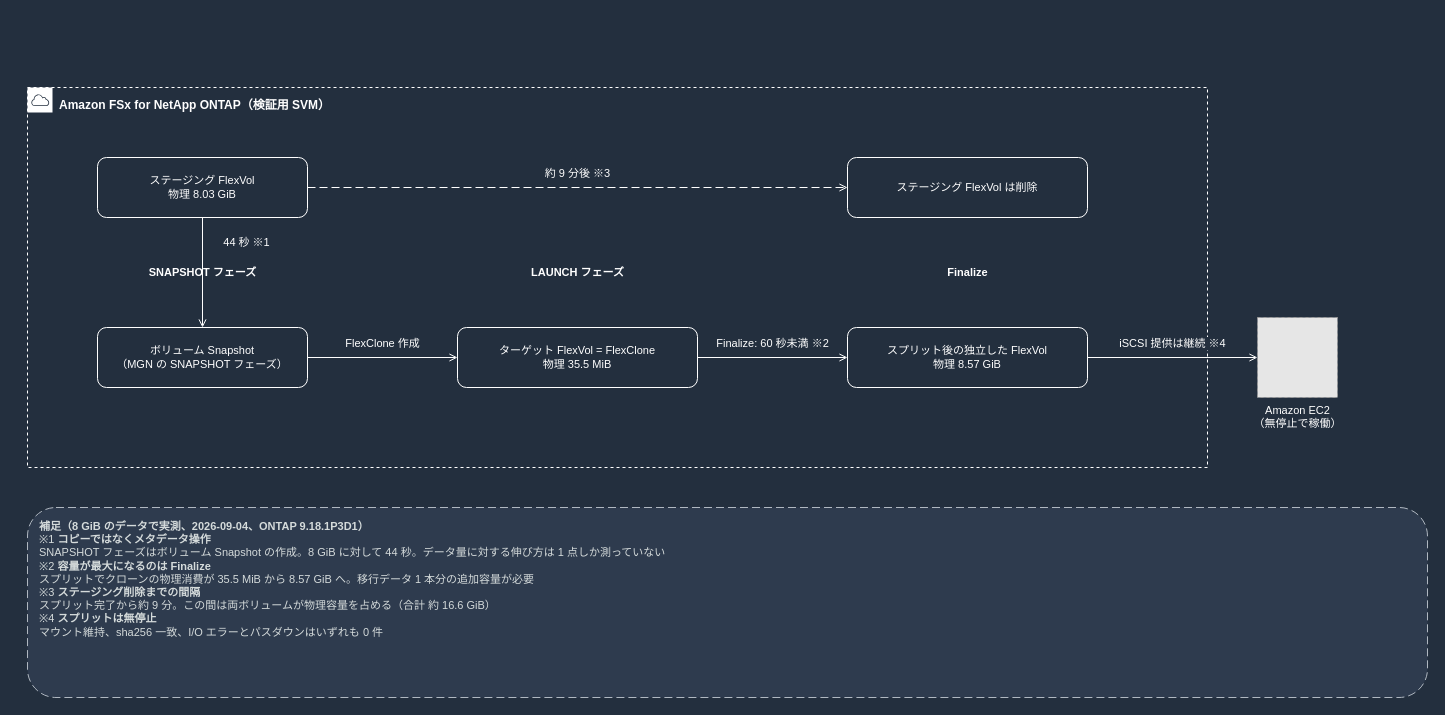
This is docs/_assets/diagrams/atx-fsxn-finalize-flexclone-dark.drawio from Yoshiki0705/vmware-migration-ec2-ontap, a draw.io file, before an edit. Source tidied: cells renumbered, new cells numbered last; positions are measured from the earlier drawing's top-left corner, leaving out a move shared by most shapes. Both pictures are drawn from the tidied source at 100%, with x=0, y=0 at pixel (27, 87). Pictures stored in the file or linked from it are replaced by grey dashed boxes.
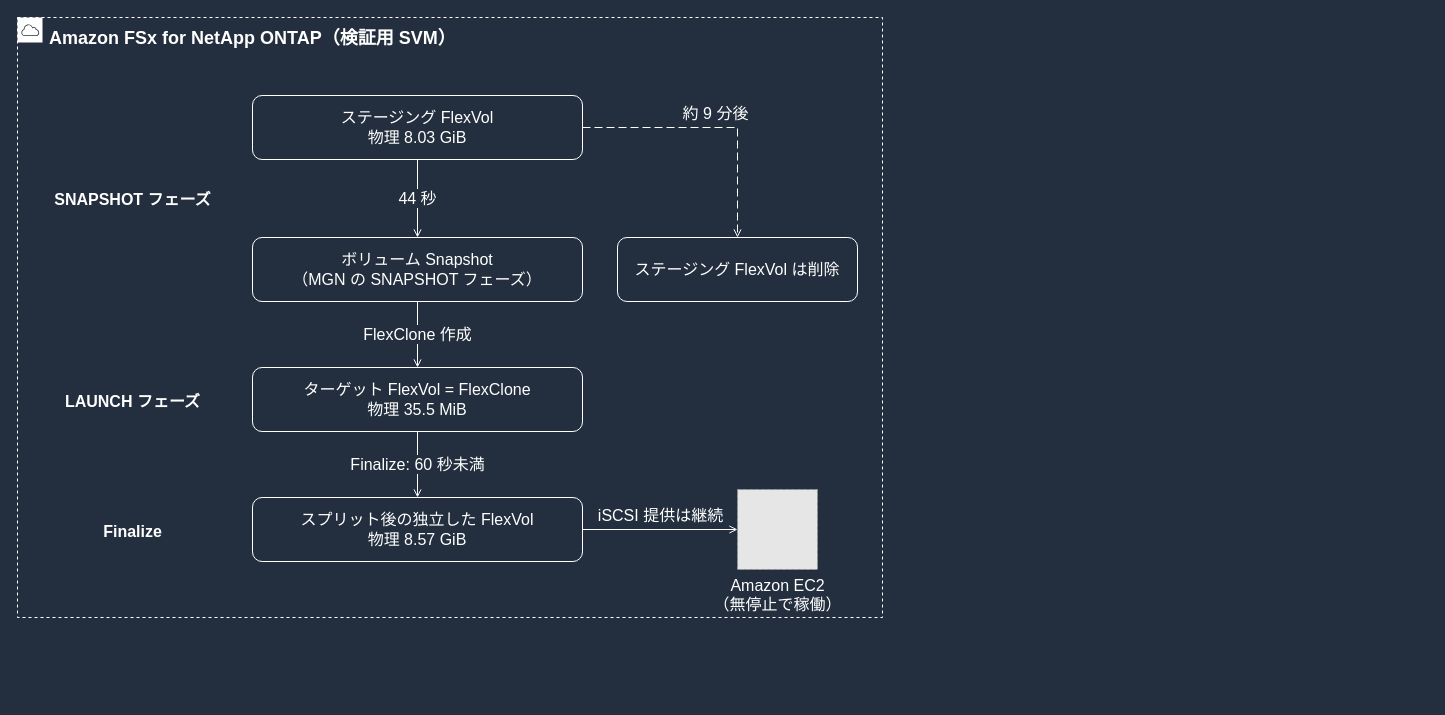
The same page after the edit.

Diff of the diagram source:
```diff
@@
-    <mxCell id="2" value="Amazon FSx for NetApp ONTAP（検証用 SVM）" style="gradientColor=none;html=1;whiteSpace=wrap;fontSize=12;fontStyle=1;fontColor=#FFFFFF;shape=mxgraph.aws4.group;grIcon=mxgraph.aws4.group_aws_cloud;strokeColor=#FFFFFF;fillColor=none;verticalAlign=top;align=left;spacingLeft=30;spacingTop=4;dashed=1;" parent="1" vertex="1">
-      <mxGeometry width="1180" height="380" as="geometry" />
+    <mxCell id="2" value="Amazon FSx for NetApp ONTAP（検証用 SVM）" style="gradientColor=none;html=1;whiteSpace=wrap;fontSize=18;fontStyle=1;fontColor=#FFFFFF;shape=mxgraph.aws4.group;grIcon=mxgraph.aws4.group_aws_cloud;strokeColor=#FFFFFF;fillColor=none;verticalAlign=top;align=left;spacingLeft=30;spacingTop=4;dashed=1;" parent="1" vertex="1">
+      <mxGeometry x="-10" y="-70" width="865" height="600" as="geometry" />
     </mxCell>
-    <mxCell id="3" value="ステージング FlexVol&#10;物理 8.03 GiB" style="rounded=1;whiteSpace=wrap;html=1;strokeColor=#FFFFFF;fillColor=none;fontColor=#FFFFFF;fontSize=11;verticalAlign=middle;align=center;" parent="1" vertex="1">
-      <mxGeometry x="70" y="70" width="210" height="60" as="geometry" />
+    <mxCell id="3" value="ステージング FlexVol&#10;物理 8.03 GiB" style="rounded=1;whiteSpace=wrap;html=1;strokeColor=#FFFFFF;fillColor=none;fontColor=#FFFFFF;fontSize=16;verticalAlign=middle;align=center;" parent="1" vertex="1">
+      <mxGeometry x="225" y="8" width="330" height="64" as="geometry" />
     </mxCell>
-    <mxCell id="4" value="ボリューム Snapshot&#10;（MGN の SNAPSHOT フェーズ）" style="rounded=1;whiteSpace=wrap;html=1;strokeColor=#FFFFFF;fillColor=none;fontColor=#FFFFFF;fontSize=11;verticalAlign=middle;align=center;" parent="1" vertex="1">
-      <mxGeometry x="70" y="240" width="210" height="60" as="geometry" />
+    <mxCell id="4" value="ボリューム Snapshot&#10;（MGN の SNAPSHOT フェーズ）" style="rounded=1;whiteSpace=wrap;html=1;strokeColor=#FFFFFF;fillColor=none;fontColor=#FFFFFF;fontSize=16;verticalAlign=middle;align=center;" parent="1" vertex="1">
+      <mxGeometry x="225" y="150" width="330" height="64" as="geometry" />
     </mxCell>
-    <mxCell id="5" value="ターゲット FlexVol = FlexClone&#10;物理 35.5 MiB" style="rounded=1;whiteSpace=wrap;html=1;strokeColor=#FFFFFF;fillColor=none;fontColor=#FFFFFF;fontSize=11;verticalAlign=middle;align=center;" parent="1" vertex="1">
-      <mxGeometry x="430" y="240" width="240" height="60" as="geometry" />
+    <mxCell id="5" value="ターゲット FlexVol = FlexClone&#10;物理 35.5 MiB" style="rounded=1;whiteSpace=wrap;html=1;strokeColor=#FFFFFF;fillColor=none;fontColor=#FFFFFF;fontSize=16;verticalAlign=middle;align=center;" parent="1" vertex="1">
+      <mxGeometry x="225" y="280" width="330" height="64" as="geometry" />
     </mxCell>
-    <mxCell id="6" value="スプリット後の独立した FlexVol&#10;物理 8.57 GiB" style="rounded=1;whiteSpace=wrap;html=1;strokeColor=#FFFFFF;fillColor=none;fontColor=#FFFFFF;fontSize=11;verticalAlign=middle;align=center;" parent="1" vertex="1">
-      <mxGeometry x="820" y="240" width="240" height="60" as="geometry" />
+    <mxCell id="6" value="スプリット後の独立した FlexVol&#10;物理 8.57 GiB" style="rounded=1;whiteSpace=wrap;html=1;strokeColor=#FFFFFF;fillColor=none;fontColor=#FFFFFF;fontSize=16;verticalAlign=middle;align=center;" parent="1" vertex="1">
+      <mxGeometry x="225" y="410" width="330" height="64" as="geometry" />
     </mxCell>
-    <mxCell id="7" value="ステージング FlexVol は削除" style="rounded=1;whiteSpace=wrap;html=1;strokeColor=#FFFFFF;fillColor=none;fontColor=#FFFFFF;fontSize=11;verticalAlign=middle;align=center;" parent="1" vertex="1">
-      <mxGeometry x="820" y="70" width="240" height="60" as="geometry" />
+    <mxCell id="7" value="ステージング FlexVol は削除" style="rounded=1;whiteSpace=wrap;html=1;strokeColor=#FFFFFF;fillColor=none;fontColor=#FFFFFF;fontSize=16;verticalAlign=middle;align=center;" parent="1" vertex="1">
+      <mxGeometry x="590" y="150" width="240" height="64" as="geometry" />
     </mxCell>
-    <mxCell id="8" value="SNAPSHOT フェーズ" style="text;html=1;strokeColor=none;fillColor=none;align=center;verticalAlign=middle;fontSize=11;fontStyle=1;fontColor=#FFFFFF;" parent="1" vertex="1">
-      <mxGeometry x="50" y="170" width="250" height="30" as="geometry" />
+    <mxCell id="8" value="SNAPSHOT フェーズ" style="text;html=1;strokeColor=none;fillColor=none;align=center;verticalAlign=middle;fontSize=16;fontStyle=1;fontColor=#FFFFFF;" parent="1" vertex="1">
+      <mxGeometry x="5" y="88" width="200" height="48" as="geometry" />
     </mxCell>
-    <mxCell id="9" value="LAUNCH フェーズ" style="text;html=1;strokeColor=none;fillColor=none;align=center;verticalAlign=middle;fontSize=11;fontStyle=1;fontColor=#FFFFFF;" parent="1" vertex="1">
-      <mxGeometry x="410" y="170" width="280" height="30" as="geometry" />
+    <mxCell id="9" value="LAUNCH フェーズ" style="text;html=1;strokeColor=none;fillColor=none;align=center;verticalAlign=middle;fontSize=16;fontStyle=1;fontColor=#FFFFFF;" parent="1" vertex="1">
+      <mxGeometry x="5" y="290" width="200" height="48" as="geometry" />
     </mxCell>
-    <mxCell id="10" value="Finalize" style="text;html=1;strokeColor=none;fillColor=none;align=center;verticalAlign=middle;fontSize=11;fontStyle=1;fontColor=#FFFFFF;" parent="1" vertex="1">
-      <mxGeometry x="800" y="170" width="280" height="30" as="geometry" />
+    <mxCell id="10" value="Finalize" style="text;html=1;strokeColor=none;fillColor=none;align=center;verticalAlign=middle;fontSize=16;fontStyle=1;fontColor=#FFFFFF;" parent="1" vertex="1">
+      <mxGeometry x="5" y="420" width="200" height="48" as="geometry" />
     </mxCell>
-    <mxCell id="11" value="Amazon EC2&#10;（無停止で稼働）" style="fillColor=#E6E6E6;strokeColor=#999999;dashed=1;html=1;verticalLabelPosition=bottom;verticalAlign=top;labelPosition=center;align=center;fontSize=11;fontColor=#FFFFFF;" parent="1" vertex="1">
-      <mxGeometry x="1230" y="230" width="80" height="80" as="geometry" />
+    <mxCell id="11" value="Amazon EC2&#10;（無停止で稼働）" style="fillColor=#E6E6E6;strokeColor=#999999;dashed=1;html=1;verticalLabelPosition=bottom;verticalAlign=top;labelPosition=center;align=center;fontSize=16;fontColor=#FFFFFF;" parent="1" vertex="1">
+      <mxGeometry x="710" y="402" width="80" height="80" as="geometry" />
     </mxCell>
-    <mxCell id="12" value="44 秒 ※1" style="edgeStyle=orthogonalEdgeStyle;rounded=0;html=1;endArrow=open;endFill=0;strokeColor=#FFFFFF;strokeWidth=1;fontSize=11;fontColor=#FFFFFF;labelBackgroundColor=#232F3E;exitX=0.5;exitY=1;exitDx=0;exitDy=0;entryX=0.5;entryY=0;entryDx=0;entryDy=0;" parent="1" edge="1" source="3" target="4">
-      <mxGeometry x="-0.55" relative="1" as="geometry">
-        <mxPoint x="44" as="offset" />
-      </mxGeometry>
+    <mxCell id="12" value="44 秒" style="edgeStyle=orthogonalEdgeStyle;rounded=0;html=1;endArrow=open;endFill=0;strokeColor=#FFFFFF;strokeWidth=1;fontSize=16;fontColor=#FFFFFF;labelBackgroundColor=#232F3E;exitX=0.5;exitY=1;exitDx=0;exitDy=0;entryX=0.5;entryY=0;entryDx=0;entryDy=0;" parent="1" edge="1" source="3" target="4">
+      <mxGeometry relative="1" as="geometry" />
     </mxCell>
-    <mxCell id="13" value="FlexClone 作成" style="edgeStyle=orthogonalEdgeStyle;rounded=0;html=1;endArrow=open;endFill=0;strokeColor=#FFFFFF;strokeWidth=1;fontSize=11;fontColor=#FFFFFF;labelBackgroundColor=#232F3E;exitX=1;exitY=0.5;exitDx=0;exitDy=0;entryX=0;entryY=0.5;entryDx=0;entryDy=0;" parent="1" edge="1" source="4" target="5">
-      <mxGeometry relative="1" as="geometry">
-        <mxPoint y="-14" as="offset" />
-      </mxGeometry>
+    <mxCell id="13" value="FlexClone 作成" style="edgeStyle=orthogonalEdgeStyle;rounded=0;html=1;endArrow=open;endFill=0;strokeColor=#FFFFFF;strokeWidth=1;fontSize=16;fontColor=#FFFFFF;labelBackgroundColor=#232F3E;exitX=0.5;exitY=1;exitDx=0;exitDy=0;entryX=0.5;entryY=0;entryDx=0;entryDy=0;" parent="1" edge="1" source="4" target="5">
+      <mxGeometry relative="1" as="geometry" />
     </mxCell>
-    <mxCell id="14" value="Finalize: 60 秒未満 ※2" style="edgeStyle=orthogonalEdgeStyle;rounded=0;html=1;endArrow=open;endFill=0;strokeColor=#FFFFFF;strokeWidth=1;fontSize=11;fontColor=#FFFFFF;labelBackgroundColor=#232F3E;exitX=1;exitY=0.5;exitDx=0;exitDy=0;entryX=0;entryY=0.5;entryDx=0;entryDy=0;" parent="1" edge="1" source="5" target="6">
-      <mxGeometry relative="1" as="geometry">
-        <mxPoint y="-14" as="offset" />
-      </mxGeometry>
+    <mxCell id="14" value="Finalize: 60 秒未満" style="edgeStyle=orthogonalEdgeStyle;rounded=0;html=1;endArrow=open;endFill=0;strokeColor=#FFFFFF;strokeWidth=1;fontSize=16;fontColor=#FFFFFF;labelBackgroundColor=#232F3E;exitX=0.5;exitY=1;exitDx=0;exitDy=0;entryX=0.5;entryY=0;entryDx=0;entryDy=0;" parent="1" edge="1" source="5" target="6">
+      <mxGeometry relative="1" as="geometry" />
     </mxCell>
-    <mxCell id="15" value="約 9 分後 ※3" style="edgeStyle=orthogonalEdgeStyle;rounded=0;html=1;endArrow=open;endFill=0;strokeColor=#FFFFFF;strokeWidth=1;fontSize=11;fontColor=#FFFFFF;labelBackgroundColor=#232F3E;exitX=1;exitY=0.5;exitDx=0;exitDy=0;entryX=0;entryY=0.5;entryDx=0;entryDy=0;dashed=1;dashPattern=8 4;" parent="1" edge="1" source="3" target="7">
+    <mxCell id="15" value="約 9 分後" style="edgeStyle=orthogonalEdgeStyle;rounded=0;html=1;endArrow=open;endFill=0;strokeColor=#FFFFFF;strokeWidth=1;fontSize=16;fontColor=#FFFFFF;labelBackgroundColor=#232F3E;exitX=1;exitY=0.5;exitDx=0;exitDy=0;entryX=0.5;entryY=0;entryDx=0;entryDy=0;dashed=1;dashPattern=8 4;" parent="1" edge="1" source="3" target="7">
       <mxGeometry relative="1" as="geometry">
         <mxPoint y="-14" as="offset" />
       </mxGeometry>
     </mxCell>
-    <mxCell id="16" value="iSCSI 提供は継続 ※4" style="edgeStyle=orthogonalEdgeStyle;rounded=0;html=1;endArrow=open;endFill=0;strokeColor=#FFFFFF;strokeWidth=1;fontSize=11;fontColor=#FFFFFF;labelBackgroundColor=#232F3E;exitX=1;exitY=0.5;exitDx=0;exitDy=0;entryX=0;entryY=0.5;entryDx=0;entryDy=0;" parent="1" edge="1" source="6" target="11">
+    <mxCell id="16" value="iSCSI 提供は継続" style="edgeStyle=orthogonalEdgeStyle;rounded=0;html=1;endArrow=open;endFill=0;strokeColor=#FFFFFF;strokeWidth=1;fontSize=16;fontColor=#FFFFFF;labelBackgroundColor=#232F3E;exitX=1;exitY=0.5;exitDx=0;exitDy=0;entryX=0;entryY=0.5;entryDx=0;entryDy=0;" parent="1" edge="1" source="6" target="11">
       <mxGeometry relative="1" as="geometry">
         <mxPoint y="-14" as="offset" />
       </mxGeometry>
     </mxCell>
-    <mxCell id="17" value="&lt;b&gt;補足（8 GiB のデータで実測、2026-09-04、ONTAP 9.18.1P3D1）&lt;/b&gt;&lt;br&gt;※1 &lt;b&gt;コピーではなくメタデータ操作&lt;/b&gt;&lt;br&gt;SNAPSHOT フェーズはボリューム Snapshot の作成。8 GiB に対して 44 秒。データ量に対する伸び方は 1 点しか測っていない&lt;br&gt;※2 &lt;b&gt;容量が最大になるのは Finalize&lt;/b&gt;&lt;br&gt;スプリットでクローンの物理消費が 35.5 MiB から 8.57 GiB へ。移行データ 1 本分の追加容量が必要&lt;br&gt;※3 &lt;b&gt;ステージング削除までの間隔&lt;/b&gt;&lt;br&gt;スプリット完了から約 9 分。この間は両ボリュームが物理容量を占める（合計 約 16.6 GiB）&lt;br&gt;※4 &lt;b&gt;スプリットは無停止&lt;/b&gt;&lt;br&gt;マウント維持、sha256 一致、I/O エラーとパスダウンはいずれも 0 件" style="rounded=1;whiteSpace=wrap;html=1;dashed=1;dashPattern=8 4;strokeColor=#B0B8C1;fillColor=#2E3B4E;fontColor=#D5DBDB;fontSize=11;align=left;verticalAlign=top;spacingLeft=10;spacingTop=6;" parent="1" vertex="1">
-      <mxGeometry y="420" width="1400" height="190" as="geometry" />
-    </mxCell>
```
